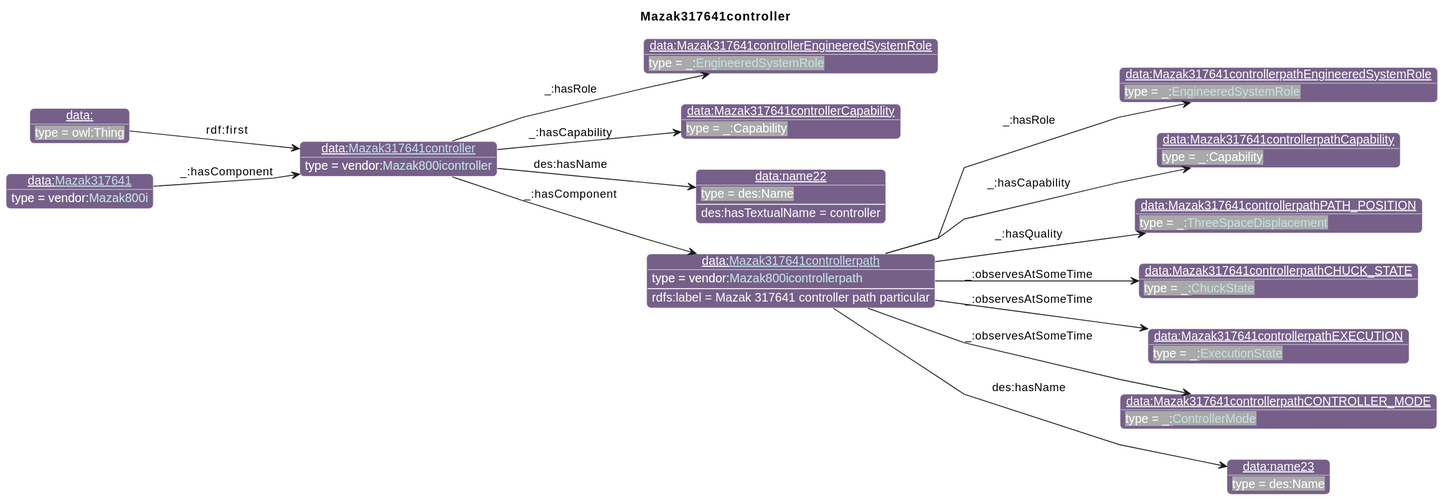
Above: diagrams/Mazak317641controller.svg in iofoundry/example-syseng-mtconnect (PlantUML), before the change.
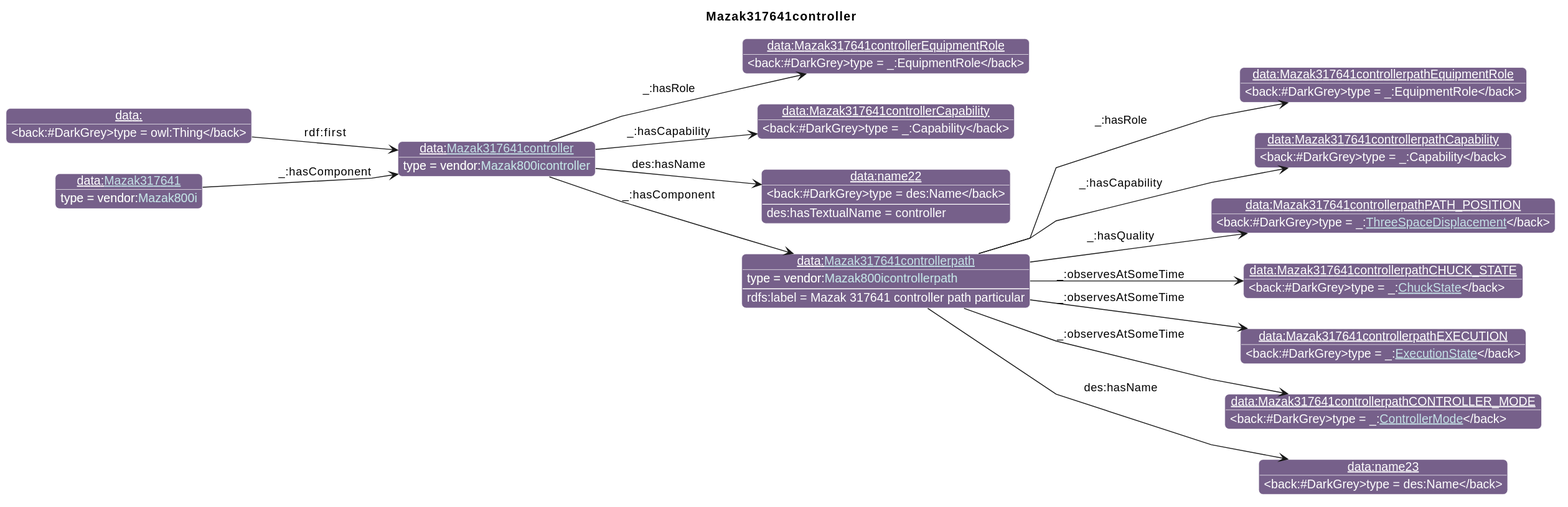
After the change.

What changed in the source:
```diff
@@ -26,11 +26,11 @@
                       "qp":"641B2E"
       }
 individual(o0, data:[[./Mazak317641controller.html Mazak317641controller]], vendor:[[../Mazak.html#Mazak800icontroller Mazak800icontroller]])
-individual(o1, data:Mazak317641controllerEngineeredSystemRole, _:[[../MTConnect.html#EngineeredSystemRole EngineeredSystemRole]])
+individual(o1, data:Mazak317641controllerEquipmentRole, _:EquipmentRole)
 individual(o2, data:Mazak317641controllerCapability, _:Capability)
 individual(o3, data:name22, des:Name)
 individual(o4, data:[[./Mazak317641controllerpath.html Mazak317641controllerpath]], vendor:[[../Mazak.html#Mazak800icontrollerpath Mazak800icontrollerpath]])
-individual(o5, data:Mazak317641controllerpathEngineeredSystemRole, _:[[../MTConnect.html#EngineeredSystemRole EngineeredSystemRole]])
+individual(o5, data:Mazak317641controllerpathEquipmentRole, _:EquipmentRole)
 individual(o6, data:Mazak317641controllerpathCapability, _:Capability)
 individual(o7, data:Mazak317641controllerpathPATH_POSITION, _:[[../MTConnect.html#ThreeSpaceDisplacement ThreeSpaceDisplacement]])
 individual(o8, data:Mazak317641controllerpathCHUCK_STATE, _:[[../MTConnect.html#ChuckState ChuckState]])
```
